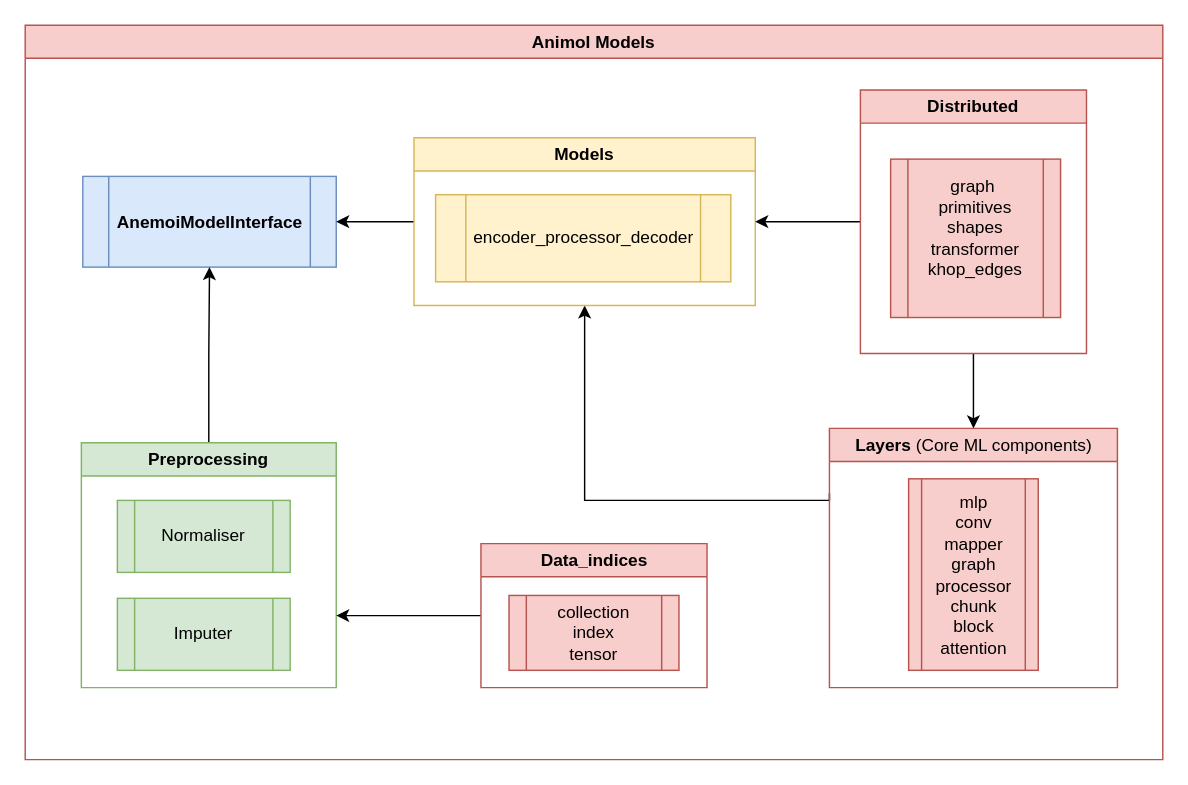
The draw.io diagram models/docs/schemas/anemoi-models_schematic.drawio in ecmwf/anemoi-core, before the edit. Source tidied: cells renumbered, new cells numbered last; positions are measured from the earlier drawing's top-left corner, leaving out a move shared by most shapes. Both pictures are drawn from the tidied source at 144%, with x=0, y=0 at pixel (24, 24).
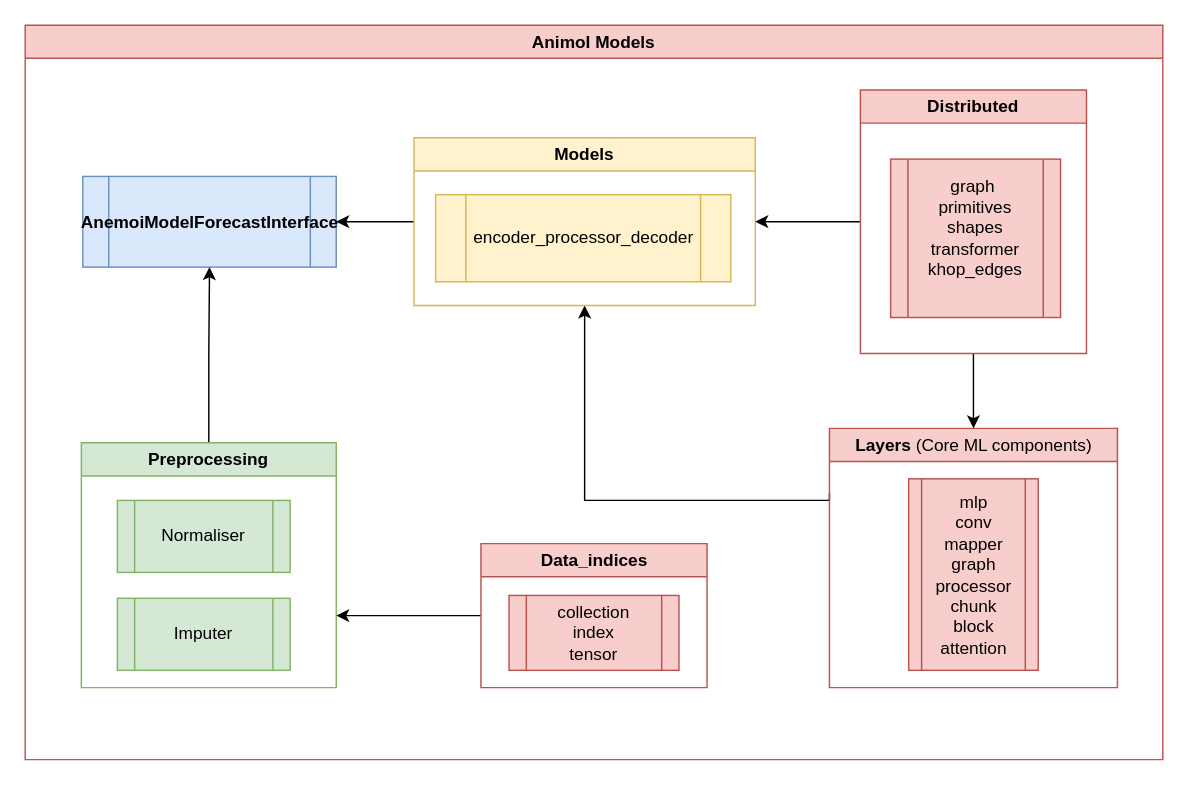
Above is the later version.

Unchanged cells that the change refers to:
```xml
<mxCell id="2" value="AnimoI Models" style="swimlane;whiteSpace=wrap;html=1;fillColor=#f8cecc;strokeColor=#b85450;" parent="1" vertex="1">
  <mxGeometry width="790" height="510" as="geometry" />
</mxCell>
```

Diff of the diagram source:
```diff
@@
-    <mxCell id="3" value="AnemoiModelInterface" style="shape=process;whiteSpace=wrap;html=1;backgroundOutline=1;fontStyle=1;startSize=23;fillColor=#dae8fc;strokeColor=#6c8ebf;" parent="2" vertex="1">
+    <mxCell id="3" value="AnemoiModelForecastInterface" style="shape=process;whiteSpace=wrap;html=1;backgroundOutline=1;fontStyle=1;startSize=23;fillColor=#dae8fc;strokeColor=#6c8ebf;" parent="2" vertex="1">
       <mxGeometry x="40" y="105" width="176" height="63" as="geometry" />
     </mxCell>
```
